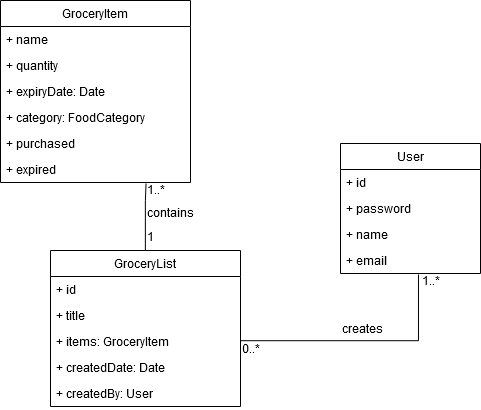
The draw.io diagram BTS530/Images/grocery_list_app_domain_diagram.png in Digital-Vault/GroceryApp, before a commit. Source tidied: cells renumbered, new cells last; positions are measured from the earlier drawing's top-left corner, leaving out a move shared by most shapes.
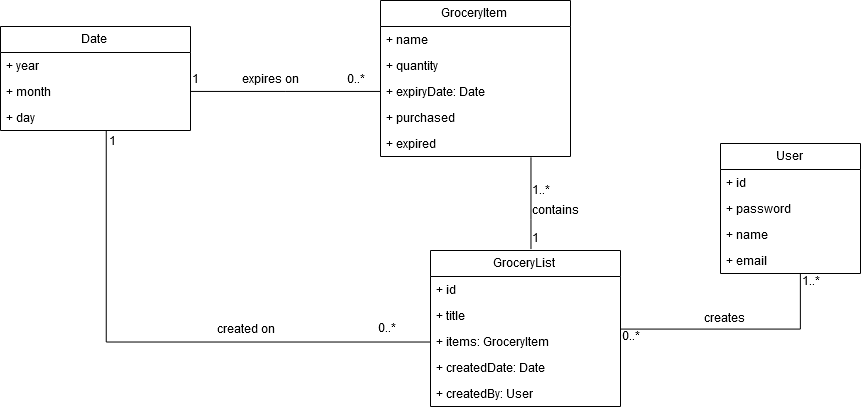
Later version of the same file.

Commit message:
domain model and description updated

Change to the diagram source:
```diff
@@ -3,7 +3,7 @@
     <mxCell id="0" />
     <mxCell id="1" parent="0" />
     <mxCell id="2" value="GroceryItem" style="swimlane;fontStyle=0;horizontal=1;startSize=26;fillColor=none;" parent="1" vertex="1">
-      <mxGeometry width="190" height="182" as="geometry" />
+      <mxGeometry width="190" height="156" as="geometry" />
     </mxCell>
     <mxCell id="3" value="+ name" style="text;strokeColor=none;fillColor=none;align=left;verticalAlign=top;spacingLeft=4;spacingRight=4;overflow=hidden;" parent="2" vertex="1">
       <mxGeometry y="26" width="190" height="26" as="geometry" />
@@ -14,14 +14,11 @@
     <mxCell id="5" value="+ expiryDate: Date" style="text;strokeColor=none;fillColor=none;align=left;verticalAlign=top;spacingLeft=4;spacingRight=4;overflow=hidden;points=[[0,0.5],[1,0.5]];portConstraint=eastwest;" parent="2" vertex="1">
       <mxGeometry y="78" width="190" height="26" as="geometry" />
     </mxCell>
-    <mxCell id="6" value="+ category: FoodCategory" style="text;strokeColor=none;fillColor=none;align=left;verticalAlign=top;spacingLeft=4;spacingRight=4;overflow=hidden;" parent="2" vertex="1">
-      <mxGeometry y="104" width="190" height="26" as="geometry" />
-    </mxCell>
     <mxCell id="7" value="+ purchased" style="text;strokeColor=none;fillColor=none;align=left;verticalAlign=top;spacingLeft=4;spacingRight=4;overflow=hidden;" parent="2" vertex="1">
-      <mxGeometry y="130" width="190" height="26" as="geometry" />
+      <mxGeometry y="104" width="190" height="26" as="geometry" />
     </mxCell>
     <mxCell id="8" value="+ expired" style="text;strokeColor=none;fillColor=none;align=left;verticalAlign=top;spacingLeft=4;spacingRight=4;overflow=hidden;points=[[0,0.5],[1,0.5]];portConstraint=eastwest;" parent="2" vertex="1">
-      <mxGeometry y="156" width="190" height="26" as="geometry" />
+      <mxGeometry y="130" width="190" height="26" as="geometry" />
     </mxCell>
     <mxCell id="9" value="User" style="swimlane;fontStyle=0;horizontal=1;startSize=26;fillColor=none;" parent="1" vertex="1">
       <mxGeometry x="340" y="143" width="140" height="130" as="geometry" />
@@ -38,14 +35,6 @@
     <mxCell id="13" value="+ email" style="text;strokeColor=none;fillColor=none;align=left;verticalAlign=top;spacingLeft=4;spacingRight=4;overflow=hidden;points=[[0,0.5],[1,0.5]];portConstraint=eastwest;" parent="9" vertex="1">
       <mxGeometry y="104" width="140" height="26" as="geometry" />
     </mxCell>
-    <mxCell id="14" style="edgeStyle=orthogonalEdgeStyle;rounded=0;jettySize=auto;html=1;entryX=0.765;entryY=1.038;entryDx=0;entryDy=0;entryPerimeter=0;endArrow=none;endFill=0;" parent="1" edge="1" source="15" target="8">
-      <mxGeometry relative="1" as="geometry">
-        <Array as="points">
-          <mxPoint x="145" y="200" />
-          <mxPoint x="145" y="200" />
-        </Array>
-      </mxGeometry>
-    </mxCell>
     <mxCell id="15" value="GroceryList" style="swimlane;fontStyle=0;horizontal=1;startSize=26;fillColor=none;" parent="1" vertex="1">
       <mxGeometry x="50" y="250" width="190" height="156" as="geometry" />
     </mxCell>
@@ -64,31 +53,73 @@
     <mxCell id="20" value="+ createdBy: User" style="text;strokeColor=none;fillColor=none;align=left;verticalAlign=top;spacingLeft=4;spacingRight=4;overflow=hidden;" parent="15" vertex="1">
       <mxGeometry y="130" width="190" height="26" as="geometry" />
     </mxCell>
+    <mxCell id="28" style="edgeStyle=orthogonalEdgeStyle;rounded=0;jettySize=auto;html=1;endArrow=none;endFill=0;" parent="1" edge="1" source="13" target="15">
+      <mxGeometry relative="1" as="geometry">
+        <Array as="points">
+          <mxPoint x="420" y="328" />
+        </Array>
+      </mxGeometry>
+    </mxCell>
+    <mxCell id="29" value="0..*" style="text;html=1;align=left;verticalAlign=top;spacingTop=-4;" parent="1" vertex="1">
+      <mxGeometry x="240" y="328" width="30" height="20" as="geometry" />
+    </mxCell>
+    <mxCell id="25" value="1..*" style="text;html=1;align=left;verticalAlign=top;spacingTop=-4;" parent="1" vertex="1">
+      <mxGeometry x="420" y="273" width="30" height="20" as="geometry" />
+    </mxCell>
+    <mxCell id="30" style="edgeStyle=orthogonalEdgeStyle;rounded=0;jettySize=auto;html=1;entryX=0.528;entryY=-0.009;entryDx=0;entryDy=0;entryPerimeter=0;endArrow=none;endFill=0;exitX=0.792;exitY=1.029;exitDx=0;exitDy=0;exitPerimeter=0;" parent="1" edge="1" source="8" target="15">
+      <mxGeometry relative="1" as="geometry">
+        <Array as="points">
+          <mxPoint x="150" y="219" />
+        </Array>
+      </mxGeometry>
+    </mxCell>
     <mxCell id="21" value="1..*" style="text;html=1;align=left;verticalAlign=top;spacingTop=-4;" parent="1" vertex="1">
-      <mxGeometry x="145" y="182" width="30" height="20" as="geometry" />
+      <mxGeometry x="150" y="182" width="30" height="20" as="geometry" />
     </mxCell>
-    <mxCell id="22" value="1" style="text;html=1;align=left;verticalAlign=top;spacingTop=-4;" parent="1" vertex="1">
-      <mxGeometry x="145" y="229" width="20" height="20" as="geometry" />
-    </mxCell>
-    <mxCell id="23" style="edgeStyle=orthogonalEdgeStyle;rounded=0;jettySize=auto;html=1;entryX=1;entryY=0.5;entryDx=0;entryDy=0;endArrow=none;endFill=0;exitX=0.556;exitY=1.033;exitDx=0;exitDy=0;exitPerimeter=0;" parent="1" edge="1" source="13">
-      <mxGeometry relative="1" as="geometry">
-        <mxPoint x="239.9" y="340" as="targetPoint" />
-        <Array as="points">
-          <mxPoint x="418" y="340" />
-        </Array>
-      </mxGeometry>
-    </mxCell>
-    <mxCell id="24" value="0..*" style="text;html=1;align=left;verticalAlign=top;spacingTop=-4;" parent="1" vertex="1">
-      <mxGeometry x="240" y="341" width="30" height="20" as="geometry" />
-    </mxCell>
-    <mxCell id="25" value="1..*" style="text;html=1;align=left;verticalAlign=top;spacingTop=-4;" parent="1" vertex="1">
-      <mxGeometry x="420" y="273" width="30" height="20" as="geometry" />
-    </mxCell>
+    <mxCell id="31" value="1" style="text;html=1;align=left;verticalAlign=top;spacingTop=-4;" parent="1" vertex="1">
+      <mxGeometry x="150" y="230" width="20" height="20" as="geometry" />
+    </mxCell>
+    <mxCell id="27" value="contains" style="text;html=1;align=left;verticalAlign=top;spacingTop=-4;" parent="1" vertex="1">
+      <mxGeometry x="150" y="202" width="60" height="20" as="geometry" />
+    </mxCell>
     <mxCell id="26" value="creates" style="text;html=1;align=left;verticalAlign=top;spacingTop=-4;" parent="1" vertex="1">
-      <mxGeometry x="340" y="321" width="60" height="20" as="geometry" />
+      <mxGeometry x="322" y="310" width="60" height="20" as="geometry" />
     </mxCell>
-    <mxCell id="27" value="contains" style="text;html=1;align=left;verticalAlign=top;spacingTop=-4;" parent="1" vertex="1">
-      <mxGeometry x="145" y="205.5" width="60" height="20" as="geometry" />
-    </mxCell>
+    <mxCell id="32" value="Date" style="swimlane;fontStyle=0;horizontal=1;startSize=26;fillColor=none;" parent="1" vertex="1">
+      <mxGeometry x="-380" y="26" width="190" height="104" as="geometry" />
+    </mxCell>
+    <mxCell id="33" value="+ year" style="text;strokeColor=none;fillColor=none;align=left;verticalAlign=top;spacingLeft=4;spacingRight=4;overflow=hidden;" parent="32" vertex="1">
+      <mxGeometry y="26" width="190" height="26" as="geometry" />
+    </mxCell>
+    <mxCell id="34" value="+ month&#10;" style="text;strokeColor=none;fillColor=none;align=left;verticalAlign=top;spacingLeft=4;spacingRight=4;overflow=hidden;points=[[0,0.5],[1,0.5]];portConstraint=eastwest;" parent="32" vertex="1">
+      <mxGeometry y="52" width="190" height="26" as="geometry" />
+    </mxCell>
+    <mxCell id="35" value="+ day" style="text;strokeColor=none;fillColor=none;align=left;verticalAlign=top;spacingLeft=4;spacingRight=4;overflow=hidden;points=[[0,0.5],[1,0.5]];portConstraint=eastwest;" parent="32" vertex="1">
+      <mxGeometry y="78" width="190" height="26" as="geometry" />
+    </mxCell>
+    <mxCell id="36" style="edgeStyle=orthogonalEdgeStyle;rounded=0;jettySize=auto;html=1;entryX=1;entryY=0.5;entryDx=0;entryDy=0;endArrow=none;endFill=0;" parent="1" edge="1" source="5" target="34">
+      <mxGeometry relative="1" as="geometry" />
+    </mxCell>
+    <mxCell id="37" value="expires on" style="text;html=1;align=left;verticalAlign=top;spacingTop=-4;" parent="1" vertex="1">
+      <mxGeometry x="-140" y="71" width="70" height="20" as="geometry" />
+    </mxCell>
+    <mxCell id="38" style="edgeStyle=orthogonalEdgeStyle;rounded=0;jettySize=auto;html=1;entryX=0.554;entryY=1.013;entryDx=0;entryDy=0;entryPerimeter=0;endArrow=none;endFill=0;" parent="1" edge="1" source="18" target="35">
+      <mxGeometry relative="1" as="geometry" />
+    </mxCell>
+    <mxCell id="39" value="created on" style="text;html=1;align=left;verticalAlign=top;spacingTop=-4;" parent="1" vertex="1">
+      <mxGeometry x="-165" y="321" width="70" height="20" as="geometry" />
+    </mxCell>
+    <mxCell id="40" value="1" style="text;html=1;align=left;verticalAlign=top;spacingTop=-4;" parent="1" vertex="1">
+      <mxGeometry x="-273" y="133" width="20" height="20" as="geometry" />
+    </mxCell>
+    <mxCell id="41" value="1" style="text;html=1;align=left;verticalAlign=top;spacingTop=-4;" parent="1" vertex="1">
+      <mxGeometry x="-190" y="71" width="20" height="20" as="geometry" />
+    </mxCell>
+    <mxCell id="42" value="0..*" style="text;html=1;align=left;verticalAlign=top;spacingTop=-4;" parent="1" vertex="1">
+      <mxGeometry x="-4" y="320" width="30" height="20" as="geometry" />
+    </mxCell>
+    <mxCell id="43" value="0..*" style="text;html=1;align=left;verticalAlign=top;spacingTop=-4;" parent="1" vertex="1">
+      <mxGeometry x="-35" y="71" width="30" height="20" as="geometry" />
+    </mxCell>
   </root>
 </mxGraphModel>
```
